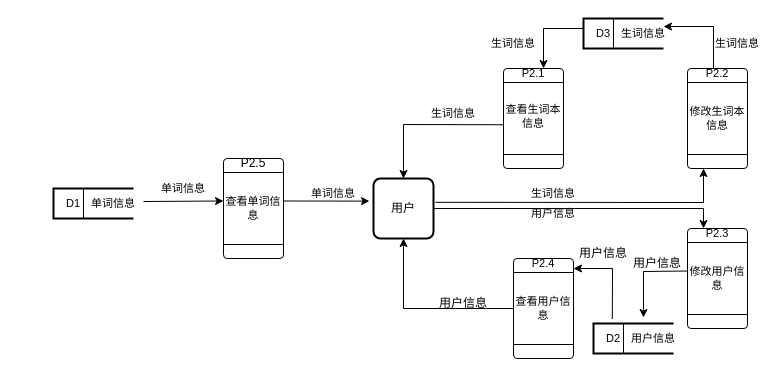
13593227471/HelloGitHub keeps this draw.io diagram as page "第 6 页" (6 of 9) of 功能模块图.drawio. Above is the earlier version. Source tidied: cells renumbered, new cells numbered last; positions are measured from the earlier drawing's top-left corner, leaving out a move shared by most shapes. Both pictures are drawn from the tidied source at 100%, with x=0, y=0 at pixel (43, 18).
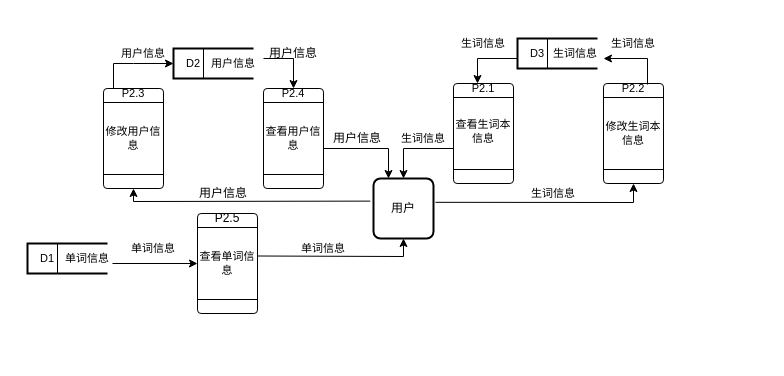
The same page after the edit.

Unchanged cells that the change refers to:
```xml
<mxCell id="2" value="用户" style="rounded=1;whiteSpace=wrap;html=1;absoluteArcSize=1;arcSize=14;strokeWidth=2;" parent="1" vertex="1">
  <mxGeometry x="330" y="160" width="60" height="60" as="geometry" />
</mxCell>
```

Change to the diagram source:
```diff
@@
     <mxCell id="3" style="verticalLabelPosition=bottom;verticalAlign=top;html=1;shape=process;whiteSpace=wrap;rounded=1;size=0.14;arcSize=6;fontFamily=Helvetica;fontSize=11;fontColor=default;rotation=-90;" parent="1" vertex="1">
-      <mxGeometry x="440" y="70" width="100" height="60" as="geometry" />
+      <mxGeometry x="390" y="85" width="100" height="60" as="geometry" />
     </mxCell>
     <mxCell id="4" value="P2.1" style="text;html=1;strokeColor=none;fillColor=none;align=center;verticalAlign=middle;whiteSpace=wrap;rounded=0;fontSize=11;fontFamily=Helvetica;fontColor=default;" parent="1" vertex="1">
-      <mxGeometry x="460" y="40" width="60" height="30" as="geometry" />
+      <mxGeometry x="410" y="55" width="60" height="30" as="geometry" />
     </mxCell>
     <mxCell id="5" value="查看生词本信息" style="text;html=1;strokeColor=none;fillColor=none;align=center;verticalAlign=middle;whiteSpace=wrap;rounded=0;fontSize=11;fontFamily=Helvetica;fontColor=default;" parent="1" vertex="1">
-      <mxGeometry x="460" y="80" width="60" height="35" as="geometry" />
+      <mxGeometry x="410" y="95" width="60" height="35" as="geometry" />
     </mxCell>
     <mxCell id="6" style="strokeWidth=2;html=1;shape=mxgraph.flowchart.annotation_1;align=left;fontFamily=Helvetica;fontSize=11;fontColor=default;" parent="1" vertex="1">
-      <mxGeometry x="540" width="80" height="30" as="geometry" />
+      <mxGeometry x="474" y="20" width="80" height="30" as="geometry" />
     </mxCell>
     <mxCell id="7" style="endArrow=none;html=1;rounded=0;labelBackgroundColor=default;strokeColor=default;fontFamily=Helvetica;fontSize=11;fontColor=default;shape=connector;" parent="1" edge="1">
       <mxGeometry relative="1" as="geometry">
-        <mxPoint x="570" y="30" as="sourcePoint" />
-        <mxPoint x="570" as="targetPoint" />
+        <mxPoint x="504" y="50" as="sourcePoint" />
+        <mxPoint x="504" y="20" as="targetPoint" />
       </mxGeometry>
     </mxCell>
     <mxCell id="8" style="strokeWidth=2;html=1;shape=mxgraph.flowchart.annotation_1;align=left;fontFamily=Helvetica;fontSize=11;fontColor=default;" parent="1" vertex="1">
-      <mxGeometry x="550" y="305" width="80" height="30" as="geometry" />
+      <mxGeometry x="130" y="30" width="80" height="30" as="geometry" />
     </mxCell>
     <mxCell id="9" style="endArrow=none;html=1;rounded=0;labelBackgroundColor=default;strokeColor=default;fontFamily=Helvetica;fontSize=11;fontColor=default;shape=connector;" parent="1" edge="1">
       <mxGeometry relative="1" as="geometry">
-        <mxPoint x="580" y="335" as="sourcePoint" />
-        <mxPoint x="580" y="305" as="targetPoint" />
+        <mxPoint x="160" y="60" as="sourcePoint" />
+        <mxPoint x="160" y="30" as="targetPoint" />
       </mxGeometry>
     </mxCell>
     <mxCell id="10" value="D3" style="text;html=1;strokeColor=none;fillColor=none;align=center;verticalAlign=middle;whiteSpace=wrap;rounded=0;fontSize=11;fontFamily=Helvetica;fontColor=default;" parent="1" vertex="1">
-      <mxGeometry x="530" width="60" height="30" as="geometry" />
+      <mxGeometry x="464" y="20" width="60" height="30" as="geometry" />
     </mxCell>
     <mxCell id="11" value="D2" style="text;html=1;strokeColor=none;fillColor=none;align=center;verticalAlign=middle;whiteSpace=wrap;rounded=0;fontSize=11;fontFamily=Helvetica;fontColor=default;" parent="1" vertex="1">
-      <mxGeometry x="540" y="305" width="60" height="30" as="geometry" />
+      <mxGeometry x="120" y="30" width="60" height="30" as="geometry" />
     </mxCell>
     <mxCell id="12" value="生词信息" style="text;html=1;strokeColor=none;fillColor=none;align=center;verticalAlign=middle;whiteSpace=wrap;rounded=0;fontSize=11;fontFamily=Helvetica;fontColor=default;" parent="1" vertex="1">
-      <mxGeometry x="570" width="60" height="30" as="geometry" />
+      <mxGeometry x="504" y="20" width="56" height="30" as="geometry" />
     </mxCell>
     <mxCell id="13" value="用户信息" style="text;html=1;strokeColor=none;fillColor=none;align=center;verticalAlign=middle;whiteSpace=wrap;rounded=0;fontSize=11;fontFamily=Helvetica;fontColor=default;" parent="1" vertex="1">
-      <mxGeometry x="580" y="305" width="60" height="30" as="geometry" />
+      <mxGeometry x="160" y="30" width="60" height="30" as="geometry" />
     </mxCell>
     <mxCell id="14" style="verticalLabelPosition=bottom;verticalAlign=top;html=1;shape=process;whiteSpace=wrap;rounded=1;size=0.14;arcSize=6;fontFamily=Helvetica;fontSize=11;fontColor=default;rotation=-90;" parent="1" vertex="1">
-      <mxGeometry x="624" y="70" width="100" height="60" as="geometry" />
+      <mxGeometry x="540" y="85" width="100" height="60" as="geometry" />
     </mxCell>
     <mxCell id="15" value="P2.2" style="text;html=1;strokeColor=none;fillColor=none;align=center;verticalAlign=middle;whiteSpace=wrap;rounded=0;fontSize=11;fontFamily=Helvetica;fontColor=default;" parent="1" vertex="1">
-      <mxGeometry x="644" y="40" width="60" height="30" as="geometry" />
+      <mxGeometry x="560" y="55" width="60" height="30" as="geometry" />
     </mxCell>
     <mxCell id="16" value="修改生词本信息" style="text;html=1;strokeColor=none;fillColor=none;align=center;verticalAlign=middle;whiteSpace=wrap;rounded=0;fontSize=11;fontFamily=Helvetica;fontColor=default;" parent="1" vertex="1">
-      <mxGeometry x="644" y="85" width="60" height="30" as="geometry" />
+      <mxGeometry x="560" y="100" width="60" height="30" as="geometry" />
     </mxCell>
     <mxCell id="17" style="verticalLabelPosition=bottom;verticalAlign=top;html=1;shape=process;whiteSpace=wrap;rounded=1;size=0.14;arcSize=6;fontFamily=Helvetica;fontSize=11;fontColor=default;rotation=-90;" parent="1" vertex="1">
-      <mxGeometry x="624" y="230" width="100" height="60" as="geometry" />
+      <mxGeometry x="40" y="90" width="100" height="60" as="geometry" />
     </mxCell>
     <mxCell id="18" value="P2.3" style="text;html=1;strokeColor=none;fillColor=none;align=center;verticalAlign=middle;whiteSpace=wrap;rounded=0;fontSize=11;fontFamily=Helvetica;fontColor=default;" parent="1" vertex="1">
-      <mxGeometry x="644" y="200" width="60" height="30" as="geometry" />
+      <mxGeometry x="60" y="60" width="60" height="30" as="geometry" />
     </mxCell>
     <mxCell id="19" value="修改用户信息" style="text;html=1;strokeColor=none;fillColor=none;align=center;verticalAlign=middle;whiteSpace=wrap;rounded=0;fontSize=11;fontFamily=Helvetica;fontColor=default;" parent="1" vertex="1">
-      <mxGeometry x="644" y="245" width="60" height="30" as="geometry" />
+      <mxGeometry x="60" y="105" width="60" height="30" as="geometry" />
     </mxCell>
     <mxCell id="20" style="verticalLabelPosition=bottom;verticalAlign=top;html=1;shape=process;whiteSpace=wrap;rounded=1;size=0.14;arcSize=6;fontFamily=Helvetica;fontSize=11;fontColor=default;rotation=-90;" parent="1" vertex="1">
-      <mxGeometry x="450" y="260" width="100" height="60" as="geometry" />
+      <mxGeometry x="200" y="90" width="100" height="60" as="geometry" />
     </mxCell>
     <mxCell id="21" value="P2.4" style="text;html=1;strokeColor=none;fillColor=none;align=center;verticalAlign=middle;whiteSpace=wrap;rounded=0;fontSize=11;fontFamily=Helvetica;fontColor=default;" parent="1" vertex="1">
-      <mxGeometry x="470" y="230" width="60" height="30" as="geometry" />
+      <mxGeometry x="220" y="60" width="60" height="30" as="geometry" />
     </mxCell>
     <mxCell id="22" value="查看用户信息" style="text;html=1;strokeColor=none;fillColor=none;align=center;verticalAlign=middle;whiteSpace=wrap;rounded=0;fontSize=11;fontFamily=Helvetica;fontColor=default;" parent="1" vertex="1">
-      <mxGeometry x="470" y="275" width="60" height="30" as="geometry" />
+      <mxGeometry x="220" y="105" width="60" height="30" as="geometry" />
     </mxCell>
     <mxCell id="23" value="生词信息" style="text;html=1;strokeColor=none;fillColor=none;align=center;verticalAlign=middle;whiteSpace=wrap;rounded=0;fontSize=11;fontFamily=Helvetica;fontColor=default;" parent="1" vertex="1">
-      <mxGeometry x="664" y="10" width="60" height="30" as="geometry" />
+      <mxGeometry x="560" y="10" width="60" height="30" as="geometry" />
     </mxCell>
     <mxCell id="24" value="用户信息" style="text;html=1;strokeColor=none;fillColor=none;align=center;verticalAlign=middle;whiteSpace=wrap;rounded=0;fontSize=11;fontFamily=Helvetica;fontColor=default;" parent="1" vertex="1">
-      <mxGeometry x="480" y="180" width="60" height="30" as="geometry" />
+      <mxGeometry x="70" y="20" width="60" height="30" as="geometry" />
     </mxCell>
     <mxCell id="25" style="verticalLabelPosition=bottom;verticalAlign=top;html=1;shape=process;whiteSpace=wrap;rounded=1;size=0.14;arcSize=6;fontFamily=Helvetica;fontSize=11;fontColor=default;rotation=-90;" parent="1" vertex="1">
-      <mxGeometry x="160" y="160" width="100" height="60" as="geometry" />
+      <mxGeometry x="134" y="215" width="100" height="60" as="geometry" />
     </mxCell>
     <mxCell id="26" value="查看单词信息" style="text;html=1;strokeColor=none;fillColor=none;align=center;verticalAlign=middle;whiteSpace=wrap;rounded=0;fontSize=11;fontFamily=Helvetica;fontColor=default;" parent="1" vertex="1">
-      <mxGeometry x="180" y="175" width="60" height="30" as="geometry" />
+      <mxGeometry x="154" y="230" width="60" height="30" as="geometry" />
     </mxCell>
     <mxCell id="27" value="P2.5" style="text;html=1;strokeColor=none;fillColor=none;align=center;verticalAlign=middle;whiteSpace=wrap;rounded=0;" parent="1" vertex="1">
-      <mxGeometry x="180" y="130" width="60" height="30" as="geometry" />
+      <mxGeometry x="154" y="185" width="60" height="30" as="geometry" />
     </mxCell>
@@
-    <mxCell id="29" style="endArrow=classic;html=1;rounded=0;exitX=1;exitY=0.5;exitDx=0;exitDy=0;" parent="1" edge="1" source="2">
-      <mxGeometry relative="1" as="geometry">
-        <mxPoint x="660" y="210" as="targetPoint" />
-        <Array as="points">
-          <mxPoint x="660" y="190" />
-        </Array>
-      </mxGeometry>
-    </mxCell>
     <mxCell id="30" value="用户信息" style="text;html=1;strokeColor=none;fillColor=none;align=center;verticalAlign=middle;whiteSpace=wrap;rounded=0;" parent="1" vertex="1">
-      <mxGeometry x="584" y="230" width="60" height="30" as="geometry" />
+      <mxGeometry x="284" y="105" width="60" height="30" as="geometry" />
     </mxCell>
-    <mxCell id="31" style="endArrow=classic;html=1;rounded=0;exitX=1.033;exitY=0.397;exitDx=0;exitDy=0;exitPerimeter=0;" parent="1" edge="1" source="2">
+    <mxCell id="31" style="endArrow=classic;html=1;rounded=0;exitX=1.033;exitY=0.397;exitDx=0;exitDy=0;exitPerimeter=0;entryX=0;entryY=0.5;entryDx=0;entryDy=0;" parent="1" edge="1" source="2" target="14">
       <mxGeometry relative="1" as="geometry">
-        <mxPoint x="660" y="150" as="targetPoint" />
         <Array as="points">
-          <mxPoint x="660" y="184" />
+          <mxPoint x="590" y="184" />
         </Array>
       </mxGeometry>
     </mxCell>
     <mxCell id="32" style="endArrow=classic;html=1;rounded=0;" parent="1" edge="1">
       <mxGeometry relative="1" as="geometry">
-        <mxPoint x="670" y="50" as="sourcePoint" />
-        <mxPoint x="620" y="8" as="targetPoint" />
+        <mxPoint x="604" y="66" as="sourcePoint" />
+        <mxPoint x="560" y="40" as="targetPoint" />
         <Array as="points">
-          <mxPoint x="670" y="8" />
+          <mxPoint x="604" y="40" />
         </Array>
       </mxGeometry>
     </mxCell>
-    <mxCell id="33" style="endArrow=classic;html=1;rounded=0;" parent="1" edge="1">
+    <mxCell id="33" style="endArrow=classic;html=1;rounded=0;exitX=0.167;exitY=0.667;exitDx=0;exitDy=0;exitPerimeter=0;" parent="1" edge="1" source="10">
       <mxGeometry relative="1" as="geometry">
-        <mxPoint x="540" y="10" as="sourcePoint" />
-        <mxPoint x="500" y="50" as="targetPoint" />
+        <mxPoint x="434" y="65" as="targetPoint" />
         <Array as="points">
-          <mxPoint x="500" y="10" />
+          <mxPoint x="434" y="40" />
         </Array>
       </mxGeometry>
     </mxCell>
     <mxCell id="34" value="生词信息" style="text;html=1;strokeColor=none;fillColor=none;align=center;verticalAlign=middle;whiteSpace=wrap;rounded=0;fontSize=11;fontFamily=Helvetica;fontColor=default;" parent="1" vertex="1">
-      <mxGeometry x="440" y="10" width="60" height="30" as="geometry" />
+      <mxGeometry x="410" y="10" width="60" height="30" as="geometry" />
     </mxCell>
-    <mxCell id="35" style="endArrow=classic;html=1;rounded=0;exitX=0;exitY=0.75;exitDx=0;exitDy=0;entryX=0.5;entryY=0;entryDx=0;entryDy=0;" parent="1" edge="1" source="5" target="2">
+    <mxCell id="35" style="endArrow=classic;html=1;rounded=0;entryX=0.5;entryY=0;entryDx=0;entryDy=0;" parent="1" edge="1" target="2">
       <mxGeometry relative="1" as="geometry">
+        <mxPoint x="410" y="130" as="sourcePoint" />
         <Array as="points">
-          <mxPoint x="360" y="106" />
+          <mxPoint x="360" y="130" />
         </Array>
       </mxGeometry>
     </mxCell>
     <mxCell id="36" value="生词信息" style="text;html=1;strokeColor=none;fillColor=none;align=center;verticalAlign=middle;whiteSpace=wrap;rounded=0;fontSize=11;fontFamily=Helvetica;fontColor=default;" parent="1" vertex="1">
-      <mxGeometry x="380" y="80" width="60" height="30" as="geometry" />
+      <mxGeometry x="350" y="105" width="60" height="30" as="geometry" />
     </mxCell>
-    <mxCell id="37" style="endArrow=classic;html=1;rounded=0;exitX=0;exitY=0.25;exitDx=0;exitDy=0;entryX=0.625;entryY=-0.2;entryDx=0;entryDy=0;entryPerimeter=0;" parent="1" edge="1" source="19" target="8">
-      <mxGeometry relative="1" as="geometry">
-        <Array as="points">
-          <mxPoint x="600" y="253" />
-        </Array>
-      </mxGeometry>
-    </mxCell>
     <mxCell id="38" value="用户信息" style="text;html=1;strokeColor=none;fillColor=none;align=center;verticalAlign=middle;whiteSpace=wrap;rounded=0;" parent="1" vertex="1">
-      <mxGeometry x="530" y="220" width="60" height="30" as="geometry" />
+      <mxGeometry x="220" y="20" width="60" height="30" as="geometry" />
     </mxCell>
-    <mxCell id="39" style="endArrow=classic;html=1;rounded=0;exitX=0.235;exitY=-0.147;exitDx=0;exitDy=0;exitPerimeter=0;" parent="1" edge="1" source="8">
-      <mxGeometry relative="1" as="geometry">
-        <mxPoint x="530" y="250" as="targetPoint" />
-        <Array as="points">
-          <mxPoint x="569" y="250" />
-        </Array>
-      </mxGeometry>
-    </mxCell>
-    <mxCell id="40" style="endArrow=classic;html=1;rounded=0;exitX=0;exitY=0.5;exitDx=0;exitDy=0;entryX=0.5;entryY=1;entryDx=0;entryDy=0;" parent="1" edge="1" source="22" target="2">
-      <mxGeometry relative="1" as="geometry">
-        <Array as="points">
-          <mxPoint x="360" y="290" />
-        </Array>
-      </mxGeometry>
-    </mxCell>
     <mxCell id="41" value="用户信息" style="text;html=1;strokeColor=none;fillColor=none;align=center;verticalAlign=middle;whiteSpace=wrap;rounded=0;" parent="1" vertex="1">
-      <mxGeometry x="390" y="270" width="60" height="30" as="geometry" />
+      <mxGeometry x="150" y="160" width="60" height="30" as="geometry" />
     </mxCell>
     <mxCell id="42" style="strokeWidth=2;html=1;shape=mxgraph.flowchart.annotation_1;align=left;fontFamily=Helvetica;fontSize=11;fontColor=default;" parent="1" vertex="1">
-      <mxGeometry x="10" y="170" width="80" height="30" as="geometry" />
+      <mxGeometry x="-16" y="225" width="80" height="30" as="geometry" />
     </mxCell>
     <mxCell id="43" style="endArrow=none;html=1;rounded=0;labelBackgroundColor=default;strokeColor=default;fontFamily=Helvetica;fontSize=11;fontColor=default;shape=connector;" parent="1" edge="1">
       <mxGeometry relative="1" as="geometry">
-        <mxPoint x="40" y="200" as="sourcePoint" />
-        <mxPoint x="40" y="170" as="targetPoint" />
+        <mxPoint x="14" y="255" as="sourcePoint" />
+        <mxPoint x="14" y="225" as="targetPoint" />
       </mxGeometry>
     </mxCell>
     <mxCell id="44" value="D1" style="text;html=1;strokeColor=none;fillColor=none;align=center;verticalAlign=middle;whiteSpace=wrap;rounded=0;fontSize=11;fontFamily=Helvetica;fontColor=default;" parent="1" vertex="1">
-      <mxGeometry y="170" width="60" height="30" as="geometry" />
+      <mxGeometry x="-26" y="225" width="60" height="30" as="geometry" />
     </mxCell>
     <mxCell id="45" value="单词信息" style="text;html=1;strokeColor=none;fillColor=none;align=center;verticalAlign=middle;whiteSpace=wrap;rounded=0;fontSize=11;fontFamily=Helvetica;fontColor=default;" parent="1" vertex="1">
-      <mxGeometry x="40" y="170" width="60" height="30" as="geometry" />
+      <mxGeometry x="14" y="225" width="60" height="30" as="geometry" />
     </mxCell>
-    <mxCell id="46" style="endArrow=classic;html=1;rounded=0;entryX=0;entryY=0.25;entryDx=0;entryDy=0;" parent="1" edge="1" target="26">
-      <mxGeometry relative="1" as="geometry">
-        <mxPoint x="100" y="183" as="sourcePoint" />
-      </mxGeometry>
-    </mxCell>
-    <mxCell id="47" value="单词信息" style="text;html=1;strokeColor=none;fillColor=none;align=center;verticalAlign=middle;whiteSpace=wrap;rounded=0;fontSize=11;fontFamily=Helvetica;fontColor=default;" parent="1" vertex="1">
-      <mxGeometry x="110" y="155" width="60" height="30" as="geometry" />
-    </mxCell>
-    <mxCell id="48" style="endArrow=classic;html=1;rounded=0;entryX=-0.067;entryY=0.377;entryDx=0;entryDy=0;entryPerimeter=0;exitX=1;exitY=0.25;exitDx=0;exitDy=0;" parent="1" edge="1" source="26" target="2">
-      <mxGeometry relative="1" as="geometry" />
+    <mxCell id="48" style="endArrow=classic;html=1;rounded=0;entryX=0.5;entryY=1;entryDx=0;entryDy=0;exitX=1;exitY=0.25;exitDx=0;exitDy=0;" parent="1" edge="1" source="26" target="2">
+      <mxGeometry relative="1" as="geometry">
+        <Array as="points">
+          <mxPoint x="360" y="238" />
+        </Array>
+      </mxGeometry>
     </mxCell>
     <mxCell id="49" value="单词信息" style="text;html=1;strokeColor=none;fillColor=none;align=center;verticalAlign=middle;whiteSpace=wrap;rounded=0;fontSize=11;fontFamily=Helvetica;fontColor=default;" parent="1" vertex="1">
-      <mxGeometry x="260" y="160" width="60" height="30" as="geometry" />
+      <mxGeometry x="250" y="215" width="60" height="30" as="geometry" />
     </mxCell>
+    <mxCell id="50" style="endArrow=classic;html=1;rounded=0;exitX=-0.053;exitY=0.377;exitDx=0;exitDy=0;exitPerimeter=0;entryX=0;entryY=0.5;entryDx=0;entryDy=0;" parent="1" edge="1" source="2" target="17">
+      <mxGeometry relative="1" as="geometry">
+        <Array as="points">
+          <mxPoint x="90" y="183" />
+        </Array>
+      </mxGeometry>
+    </mxCell>
+    <mxCell id="51" style="endArrow=classic;html=1;rounded=0;" parent="1" edge="1">
+      <mxGeometry relative="1" as="geometry">
+        <mxPoint x="70" y="70" as="sourcePoint" />
+        <mxPoint x="130" y="45" as="targetPoint" />
+        <Array as="points">
+          <mxPoint x="70" y="45" />
+          <mxPoint x="90" y="45" />
+        </Array>
+      </mxGeometry>
+    </mxCell>
+    <mxCell id="52" style="endArrow=classic;html=1;rounded=0;" parent="1" edge="1">
+      <mxGeometry relative="1" as="geometry">
+        <mxPoint x="220" y="40" as="sourcePoint" />
+        <mxPoint x="250" y="70" as="targetPoint" />
+        <Array as="points">
+          <mxPoint x="250" y="40" />
+        </Array>
+      </mxGeometry>
+    </mxCell>
+    <mxCell id="53" style="endArrow=classic;html=1;rounded=0;entryX=0.25;entryY=0;entryDx=0;entryDy=0;" parent="1" edge="1" target="2">
+      <mxGeometry relative="1" as="geometry">
+        <mxPoint x="280" y="130" as="sourcePoint" />
+        <Array as="points">
+          <mxPoint x="345" y="130" />
+        </Array>
+      </mxGeometry>
+    </mxCell>
+    <mxCell id="47" value="单词信息" style="text;html=1;strokeColor=none;fillColor=none;align=center;verticalAlign=middle;whiteSpace=wrap;rounded=0;fontSize=11;fontFamily=Helvetica;fontColor=default;" parent="1" vertex="1">
+      <mxGeometry x="80" y="215" width="60" height="30" as="geometry" />
+    </mxCell>
+    <mxCell id="54" style="endArrow=classic;html=1;rounded=0;entryX=0;entryY=0.5;entryDx=0;entryDy=0;" parent="1" edge="1" target="26">
+      <mxGeometry relative="1" as="geometry">
+        <mxPoint x="69" y="245" as="sourcePoint" />
+      </mxGeometry>
+    </mxCell>
```
